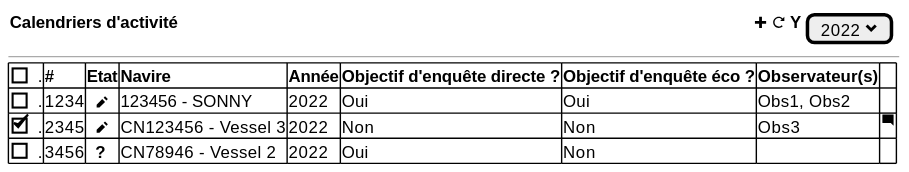
Earlier version of the PlantUML export projects/activity-calendar/spe/images/activity-calendar-table.svg (sumaris-net/sumaris-doc).
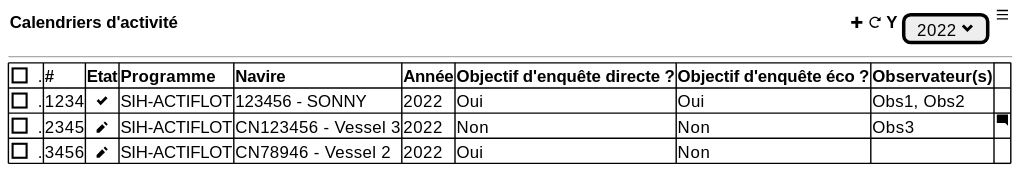
The same diagram one commit later.

Commit message:
[spe] Actiflot, update specifications

The edit, as a diff of the source:
```diff
@@ -1,13 +1,13 @@
 @startsalt
 {
-  {<b>Calendriers d'activité                                                                                                                                         <&plus> <&reload> Y {[2022 <&chevron-bottom>]}}
+  {<b>Calendriers d'activité                                                                                                                                                                <&plus> <&reload> Y {[2022 <&chevron-bottom>]} <&menu>}
   --
 	{#
 
-     [ ]. | <b># | <b>Etat | <b>Navire   | <b>Année | <b>Objectif d'enquête directe ? | <b>Objectif d'enquête éco ?|<b>Observateur(s) | .
-     [ ]. | 1234 | <b>  <&pencil> | 123456 - SONNY | 2022 | Oui | Oui | Obs1, Obs2 | .
-     [X]. | 2345 | <b>  <&pencil> | CN123456 - Vessel 3 | 2022 | Non | Non | Obs3 | <&comment-square>
-     [ ]. | 3456 | <b>  ? | CN78946 - Vessel 2 | 2022 | Oui | Non | .
+     [ ]. | <b># | <b>Etat | <b>Programme |  <b>Navire | <b>Année | <b>Objectif d'enquête directe ? | <b>Objectif d'enquête éco ?|<b>Observateur(s) | .
+     [ ]. | 1234 | <b>  <&check> | SIH-ACTIFLOT | 123456 - SONNY | 2022 | Oui | Oui | Obs1, Obs2 | .
+     [ ]. | 2345 | <b>  <&pencil> | SIH-ACTIFLOT | CN123456 - Vessel 3 | 2022 | Non | Non | Obs3 | <&comment-square>
+     [ ]. | 3456 | <b>  <&pencil> | SIH-ACTIFLOT | CN78946 - Vessel 2 | 2022 | Oui | Non | .
     }
 
 }
```
